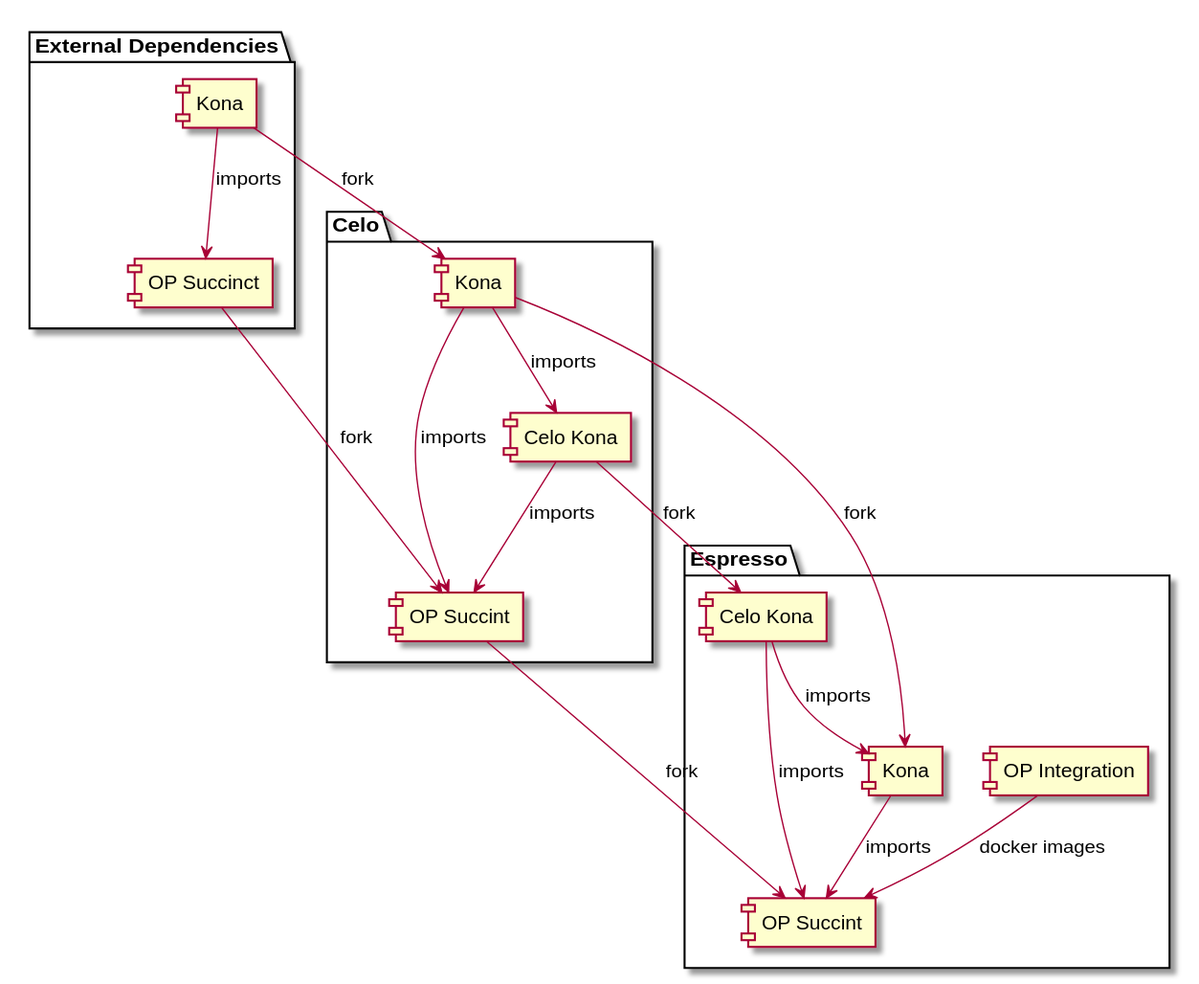
This is docs/op-succint-repos.svg from EspressoSystems/optimism-espresso-integration, a PlantUML export, as it was before one commit.
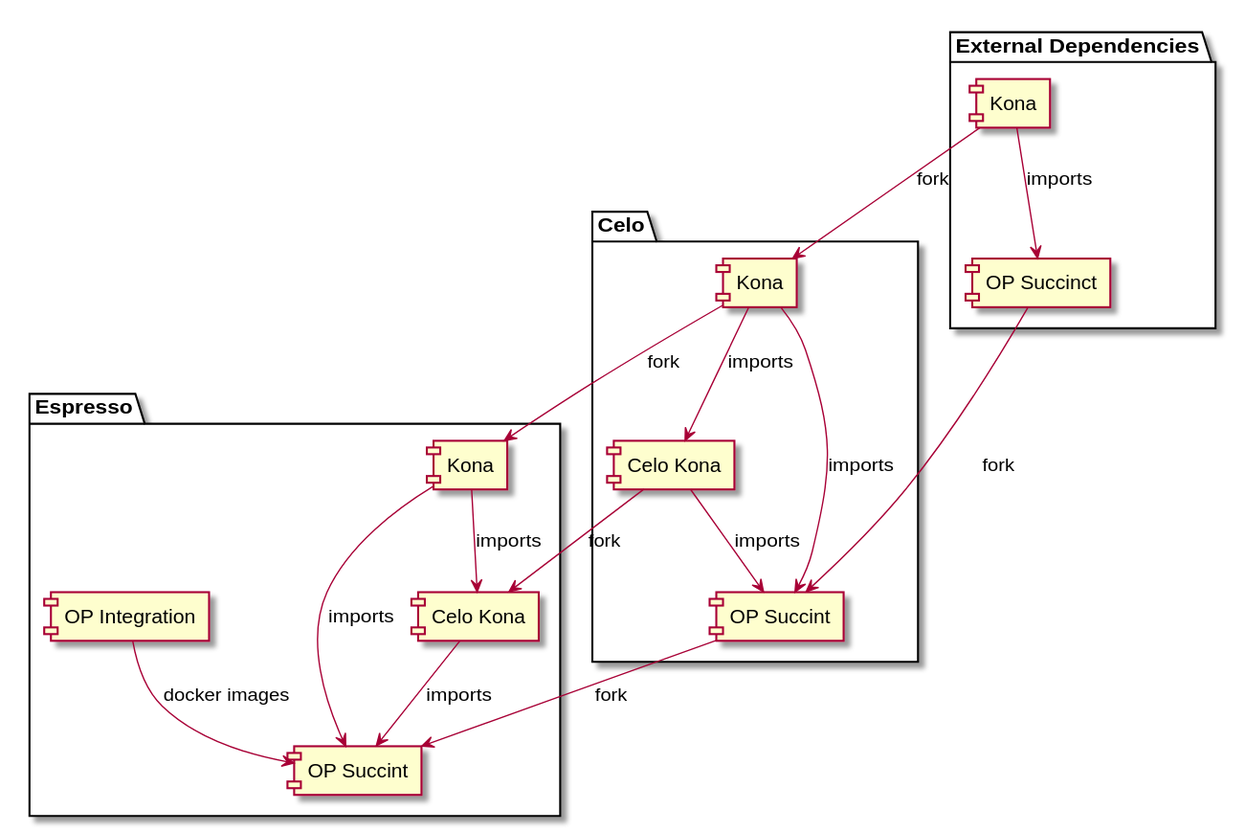
The same diagram one commit later.

What changed in the source:
```diff
@@ -32,7 +32,7 @@
 OPSuccintCelo --> OPSuccintEspresso: fork
 
 OpIntegration --> OPSuccintEspresso : docker images
-CeloKonaEspresso  --> KonaEspresso: imports
+KonaEspresso   --> CeloKonaEspresso: imports
 CeloKonaEspresso  --> OPSuccintEspresso : imports
 KonaEspresso --> OPSuccintEspresso : imports
 
```
